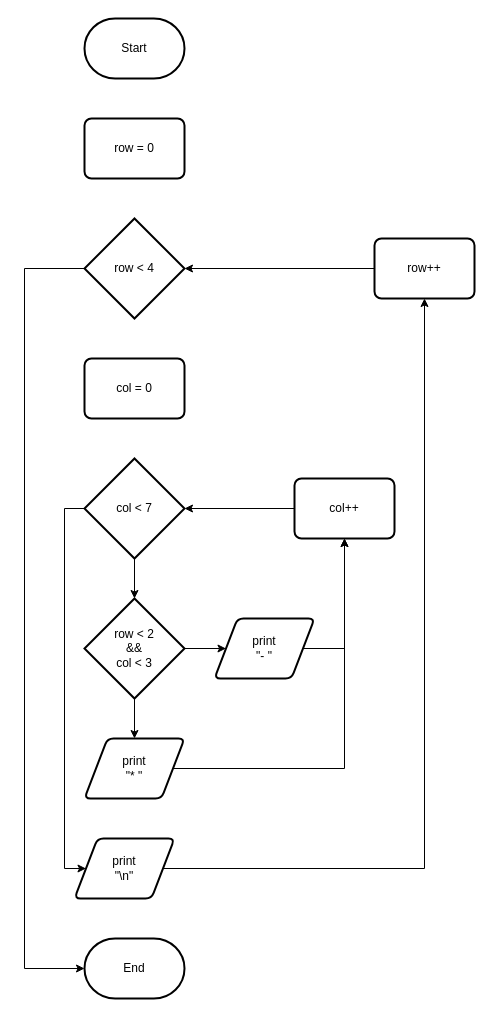
DoubleA478/alprog keeps this draw.io diagram as praktikum 4/pendahuluan2.drawio. Above is the earlier version. Source tidied: cells renumbered, new cells numbered last; positions are measured from the earlier drawing's top-left corner, leaving out a move shared by most shapes. Both pictures are drawn from the tidied source at 100%, with x=0, y=0 at pixel (24, 18).
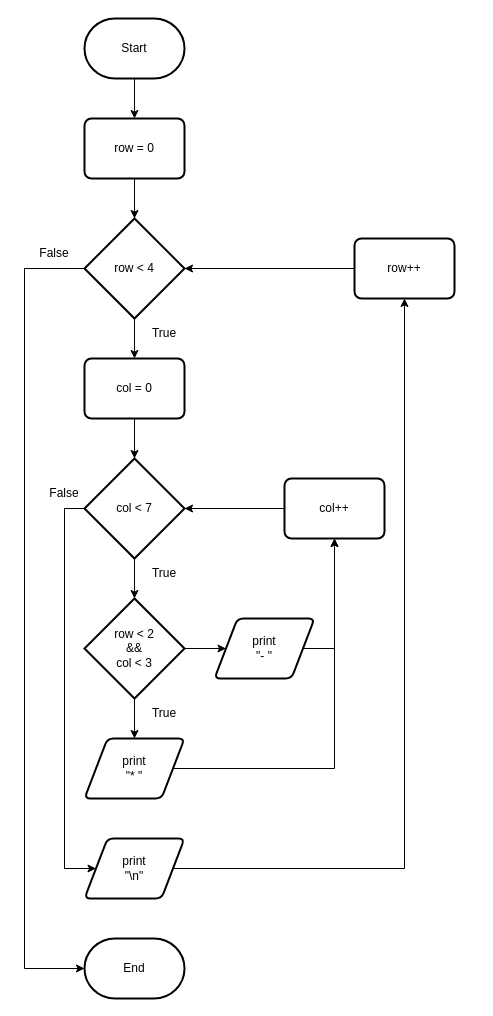
The same diagram, later.

The change refers to these unchanged cells:
```xml
<mxCell id="2" value="&lt;div&gt;Start&lt;/div&gt;" style="strokeWidth=2;html=1;shape=mxgraph.flowchart.terminator;whiteSpace=wrap;" parent="1" vertex="1">
  <mxGeometry x="60" width="100" height="60" as="geometry" />
</mxCell>
<mxCell id="4" value="row = 0" style="rounded=1;whiteSpace=wrap;html=1;absoluteArcSize=1;arcSize=14;strokeWidth=2;" parent="1" vertex="1">
  <mxGeometry x="60" y="100" width="100" height="60" as="geometry" />
</mxCell>
<mxCell id="6" value="row &amp;lt; 4" style="strokeWidth=2;html=1;shape=mxgraph.flowchart.decision;whiteSpace=wrap;" parent="1" vertex="1">
  <mxGeometry x="60" y="200" width="100" height="100" as="geometry" />
</mxCell>
<mxCell id="7" value="col = 0" style="rounded=1;whiteSpace=wrap;html=1;absoluteArcSize=1;arcSize=14;strokeWidth=2;" parent="1" vertex="1">
  <mxGeometry x="60" y="340" width="100" height="60" as="geometry" />
</mxCell>
<mxCell id="10" value="col &amp;lt; 7" style="strokeWidth=2;html=1;shape=mxgraph.flowchart.decision;whiteSpace=wrap;" parent="1" vertex="1">
  <mxGeometry x="60" y="440" width="100" height="100" as="geometry" />
</mxCell>
<mxCell id="17" value="print&lt;br&gt;&quot;- &quot;" style="shape=parallelogram;html=1;strokeWidth=2;perimeter=parallelogramPerimeter;whiteSpace=wrap;rounded=1;arcSize=12;size=0.23;" parent="1" vertex="1">
  <mxGeometry x="190" y="600" width="100" height="60" as="geometry" />
</mxCell>
```

What changed in the source:
```diff
@@
+    <mxCell id="24" style="edgeStyle=orthogonalEdgeStyle;rounded=0;jettySize=auto;html=1;" parent="1" edge="1" source="2" target="4">
+      <mxGeometry relative="1" as="geometry" />
+    </mxCell>
@@
+    <mxCell id="25" style="edgeStyle=orthogonalEdgeStyle;rounded=0;jettySize=auto;html=1;" parent="1" edge="1" source="4" target="6">
+      <mxGeometry relative="1" as="geometry" />
+    </mxCell>
@@
+    <mxCell id="26" style="edgeStyle=orthogonalEdgeStyle;rounded=0;jettySize=auto;html=1;" parent="1" edge="1" source="6" target="7">
+      <mxGeometry relative="1" as="geometry" />
+    </mxCell>
@@
+    <mxCell id="27" style="edgeStyle=orthogonalEdgeStyle;rounded=0;jettySize=auto;html=1;" parent="1" edge="1" source="7" target="10">
+      <mxGeometry relative="1" as="geometry" />
+    </mxCell>
@@
     <mxCell id="16" style="edgeStyle=orthogonalEdgeStyle;rounded=0;jettySize=auto;html=1;exitX=1;exitY=0.5;exitDx=0;exitDy=0;entryX=0.5;entryY=1;entryDx=0;entryDy=0;" parent="1" edge="1" source="17" target="19">
       <mxGeometry relative="1" as="geometry">
         <Array as="points">
-          <mxPoint x="320" y="630" />
+          <mxPoint x="310" y="630" />
         </Array>
       </mxGeometry>
     </mxCell>
@@
     <mxCell id="19" value="col++" style="rounded=1;whiteSpace=wrap;html=1;absoluteArcSize=1;arcSize=14;strokeWidth=2;" parent="1" vertex="1">
-      <mxGeometry x="270" y="460" width="100" height="60" as="geometry" />
+      <mxGeometry x="260" y="460" width="100" height="60" as="geometry" />
     </mxCell>
@@
     <mxCell id="21" value="&lt;div&gt;print&lt;/div&gt;&lt;div&gt;&quot;\n&quot;&lt;br&gt;&lt;/div&gt;" style="shape=parallelogram;html=1;strokeWidth=2;perimeter=parallelogramPerimeter;whiteSpace=wrap;rounded=1;arcSize=12;size=0.23;" parent="1" vertex="1">
-      <mxGeometry x="50" y="820" width="100" height="60" as="geometry" />
+      <mxGeometry x="60" y="820" width="100" height="60" as="geometry" />
     </mxCell>
@@
     <mxCell id="23" value="row++" style="rounded=1;whiteSpace=wrap;html=1;absoluteArcSize=1;arcSize=14;strokeWidth=2;" parent="1" vertex="1">
-      <mxGeometry x="350" y="220" width="100" height="60" as="geometry" />
+      <mxGeometry x="330" y="220" width="100" height="60" as="geometry" />
     </mxCell>
+    <mxCell id="28" value="True" style="text;html=1;strokeColor=none;fillColor=none;align=center;verticalAlign=middle;whiteSpace=wrap;rounded=0;" parent="1" vertex="1">
+      <mxGeometry x="110" y="300" width="60" height="30" as="geometry" />
+    </mxCell>
+    <mxCell id="29" value="True" style="text;html=1;strokeColor=none;fillColor=none;align=center;verticalAlign=middle;whiteSpace=wrap;rounded=0;" parent="1" vertex="1">
+      <mxGeometry x="110" y="540" width="60" height="30" as="geometry" />
+    </mxCell>
+    <mxCell id="30" value="True" style="text;html=1;strokeColor=none;fillColor=none;align=center;verticalAlign=middle;whiteSpace=wrap;rounded=0;" parent="1" vertex="1">
+      <mxGeometry x="110" y="680" width="60" height="30" as="geometry" />
+    </mxCell>
+    <mxCell id="31" value="False" style="text;html=1;strokeColor=none;fillColor=none;align=center;verticalAlign=middle;whiteSpace=wrap;rounded=0;" parent="1" vertex="1">
+      <mxGeometry x="10" y="460" width="60" height="30" as="geometry" />
+    </mxCell>
+    <mxCell id="32" value="False" style="text;html=1;strokeColor=none;fillColor=none;align=center;verticalAlign=middle;whiteSpace=wrap;rounded=0;" parent="1" vertex="1">
+      <mxGeometry y="220" width="60" height="30" as="geometry" />
+    </mxCell>
```
